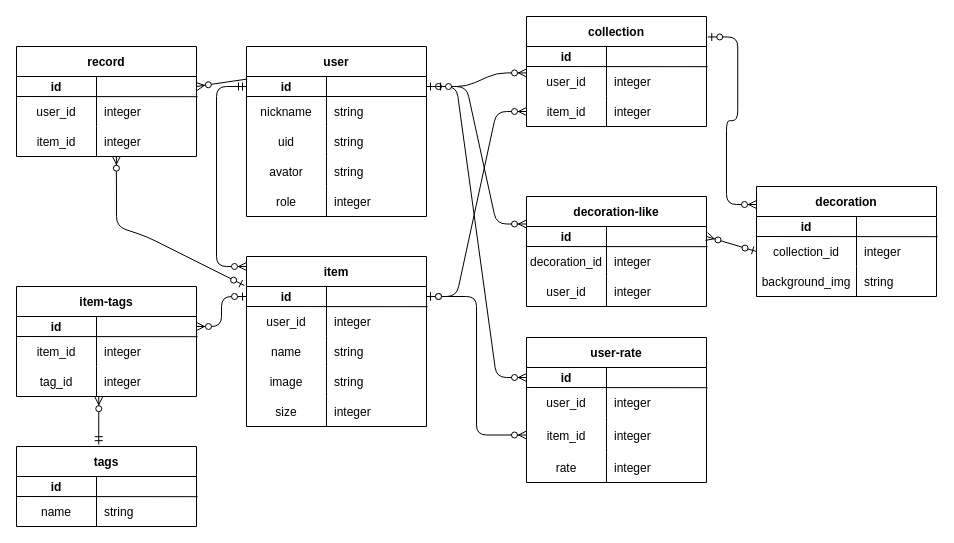
Before: pf.dio in MIDO-ruby7/boozefolio, a draw.io diagram. Source tidied: cells renumbered, new cells numbered last; positions are measured from the earlier drawing's top-left corner, leaving out a move shared by most shapes. Both pictures are drawn from the tidied source at 100%, with x=0, y=0 at pixel (16, 16).
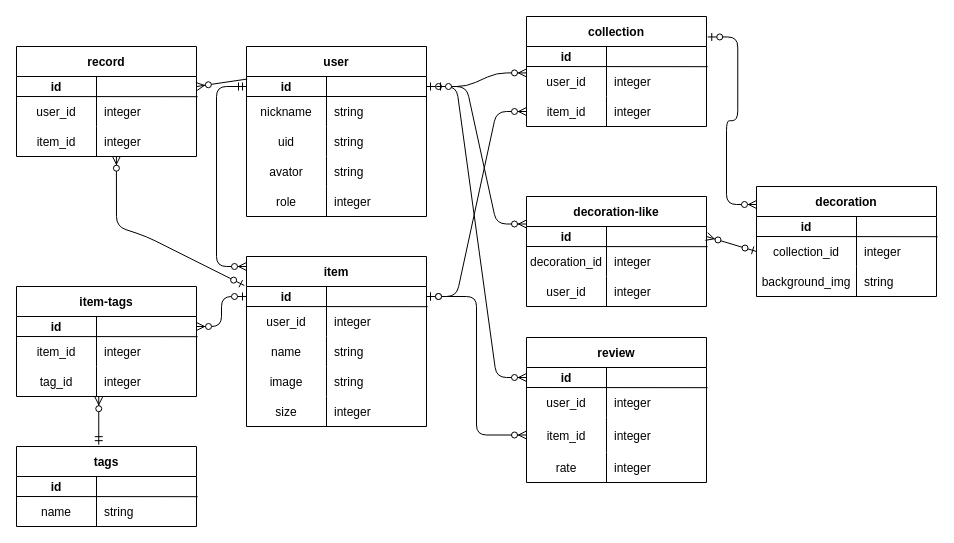
After the change.

Diff of the diagram source:
```diff
@@
-    <mxCell id="76" value="user-rate" style="shape=table;startSize=30;childLayout=tableLayout;rowLines=0;fontStyle=1;align=center;" parent="1" vertex="1">
+    <mxCell id="76" value="review" style="shape=table;startSize=30;childLayout=tableLayout;rowLines=0;fontStyle=1;align=center;" parent="1" vertex="1">
       <mxGeometry x="510" y="321" width="180" height="145" as="geometry" />
     </mxCell>
```
